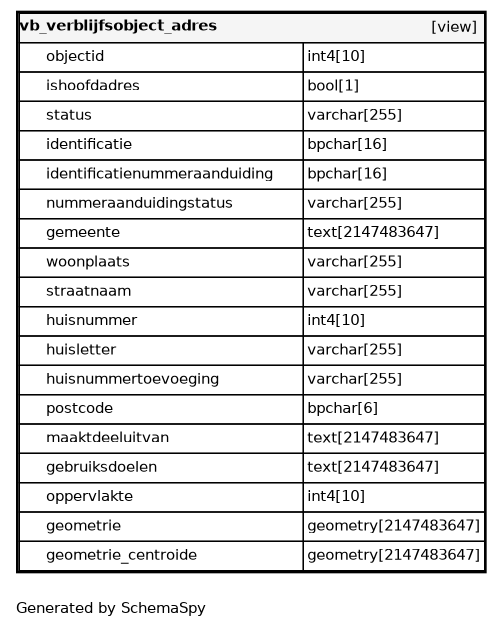
Above: datamodel/schemaspy/bag/diagrams/tables/vb_verblijfsobject_adres.1degree.png in B3Partners/brmo (Graphviz), before the change. Its source is kept beside it as datamodel/schemaspy/bag/diagrams/tables/vb_verblijfsobject_adres.1degree.dot. Source of this version:
```dot
digraph "oneDegreeRelationshipsDiagram" {
  graph [    rankdir="RL"    bgcolor="#ffffff"    label="\nGenerated by SchemaSpy"    labeljust="l"    nodesep="0.18"    ranksep="0.46"    fontname="Helvetica"    fontsize="11"    ration="compress"  ];  node [    fontname="Helvetica"    fontsize="11"    shape="plaintext"  ];  edge [    arrowsize="0.8"  ];
  "vb_verblijfsobject_adres" [
   label=<
    <TABLE BORDER="2" CELLBORDER="1" CELLSPACING="0" BGCOLOR="#ffffff">
      <TR><TD COLSPAN="4"  BGCOLOR="#f5f5f5"><TABLE BORDER="0" CELLSPACING="0"><TR><TD ALIGN="LEFT" FIXEDSIZE="TRUE" WIDTH="143" HEIGHT="16"><B>vb_verblijfsobject_adres</B></TD><TD ALIGN="RIGHT">[view]</TD></TR></TABLE></TD></TR>
      <TR><TD PORT="objectid" COLSPAN="2" ALIGN="LEFT"><TABLE BORDER="0" CELLSPACING="0" ALIGN="LEFT"><TR ALIGN="LEFT"><TD ALIGN="LEFT" FIXEDSIZE="TRUE" WIDTH="15" HEIGHT="16"></TD><TD ALIGN="LEFT" FIXEDSIZE="TRUE" WIDTH="192" HEIGHT="16">objectid</TD></TR></TABLE></TD><TD PORT="objectid.type" ALIGN="LEFT">int4[10]</TD></TR>
      <TR><TD PORT="ishoofdadres" COLSPAN="2" ALIGN="LEFT"><TABLE BORDER="0" CELLSPACING="0" ALIGN="LEFT"><TR ALIGN="LEFT"><TD ALIGN="LEFT" FIXEDSIZE="TRUE" WIDTH="15" HEIGHT="16"></TD><TD ALIGN="LEFT" FIXEDSIZE="TRUE" WIDTH="192" HEIGHT="16">ishoofdadres</TD></TR></TABLE></TD><TD PORT="ishoofdadres.type" ALIGN="LEFT">bool[1]</TD></TR>
      <TR><TD PORT="status" COLSPAN="2" ALIGN="LEFT"><TABLE BORDER="0" CELLSPACING="0" ALIGN="LEFT"><TR ALIGN="LEFT"><TD ALIGN="LEFT" FIXEDSIZE="TRUE" WIDTH="15" HEIGHT="16"></TD><TD ALIGN="LEFT" FIXEDSIZE="TRUE" WIDTH="192" HEIGHT="16">status</TD></TR></TABLE></TD><TD PORT="status.type" ALIGN="LEFT">varchar[255]</TD></TR>
      <TR><TD PORT="identificatie" COLSPAN="2" ALIGN="LEFT"><TABLE BORDER="0" CELLSPACING="0" ALIGN="LEFT"><TR ALIGN="LEFT"><TD ALIGN="LEFT" FIXEDSIZE="TRUE" WIDTH="15" HEIGHT="16"></TD><TD ALIGN="LEFT" FIXEDSIZE="TRUE" WIDTH="192" HEIGHT="16">identificatie</TD></TR></TABLE></TD><TD PORT="identificatie.type" ALIGN="LEFT">bpchar[16]</TD></TR>
      <TR><TD PORT="identificatienummeraanduiding" COLSPAN="2" ALIGN="LEFT"><TABLE BORDER="0" CELLSPACING="0" ALIGN="LEFT"><TR ALIGN="LEFT"><TD ALIGN="LEFT" FIXEDSIZE="TRUE" WIDTH="15" HEIGHT="16"></TD><TD ALIGN="LEFT" FIXEDSIZE="TRUE" WIDTH="192" HEIGHT="16">identificatienummeraanduiding</TD></TR></TABLE></TD><TD PORT="identificatienummeraanduiding.type" ALIGN="LEFT">bpchar[16]</TD></TR>
      <TR><TD PORT="nummeraanduidingstatus" COLSPAN="2" ALIGN="LEFT"><TABLE BORDER="0" CELLSPACING="0" ALIGN="LEFT"><TR ALIGN="LEFT"><TD ALIGN="LEFT" FIXEDSIZE="TRUE" WIDTH="15" HEIGHT="16"></TD><TD ALIGN="LEFT" FIXEDSIZE="TRUE" WIDTH="192" HEIGHT="16">nummeraanduidingstatus</TD></TR></TABLE></TD><TD PORT="nummeraanduidingstatus.type" ALIGN="LEFT">varchar[255]</TD></TR>
      <TR><TD PORT="gemeente" COLSPAN="2" ALIGN="LEFT"><TABLE BORDER="0" CELLSPACING="0" ALIGN="LEFT"><TR ALIGN="LEFT"><TD ALIGN="LEFT" FIXEDSIZE="TRUE" WIDTH="15" HEIGHT="16"></TD><TD ALIGN="LEFT" FIXEDSIZE="TRUE" WIDTH="192" HEIGHT="16">gemeente</TD></TR></TABLE></TD><TD PORT="gemeente.type" ALIGN="LEFT">text[2147483647]</TD></TR>
      <TR><TD PORT="woonplaats" COLSPAN="2" ALIGN="LEFT"><TABLE BORDER="0" CELLSPACING="0" ALIGN="LEFT"><TR ALIGN="LEFT"><TD ALIGN="LEFT" FIXEDSIZE="TRUE" WIDTH="15" HEIGHT="16"></TD><TD ALIGN="LEFT" FIXEDSIZE="TRUE" WIDTH="192" HEIGHT="16">woonplaats</TD></TR></TABLE></TD><TD PORT="woonplaats.type" ALIGN="LEFT">varchar[255]</TD></TR>
      <TR><TD PORT="straatnaam" COLSPAN="2" ALIGN="LEFT"><TABLE BORDER="0" CELLSPACING="0" ALIGN="LEFT"><TR ALIGN="LEFT"><TD ALIGN="LEFT" FIXEDSIZE="TRUE" WIDTH="15" HEIGHT="16"></TD><TD ALIGN="LEFT" FIXEDSIZE="TRUE" WIDTH="192" HEIGHT="16">straatnaam</TD></TR></TABLE></TD><TD PORT="straatnaam.type" ALIGN="LEFT">varchar[255]</TD></TR>
      <TR><TD PORT="huisnummer" COLSPAN="2" ALIGN="LEFT"><TABLE BORDER="0" CELLSPACING="0" ALIGN="LEFT"><TR ALIGN="LEFT"><TD ALIGN="LEFT" FIXEDSIZE="TRUE" WIDTH="15" HEIGHT="16"></TD><TD ALIGN="LEFT" FIXEDSIZE="TRUE" WIDTH="192" HEIGHT="16">huisnummer</TD></TR></TABLE></TD><TD PORT="huisnummer.type" ALIGN="LEFT">int4[10]</TD></TR>
      <TR><TD PORT="huisletter" COLSPAN="2" ALIGN="LEFT"><TABLE BORDER="0" CELLSPACING="0" ALIGN="LEFT"><TR ALIGN="LEFT"><TD ALIGN="LEFT" FIXEDSIZE="TRUE" WIDTH="15" HEIGHT="16"></TD><TD ALIGN="LEFT" FIXEDSIZE="TRUE" WIDTH="192" HEIGHT="16">huisletter</TD></TR></TABLE></TD><TD PORT="huisletter.type" ALIGN="LEFT">varchar[255]</TD></TR>
      <TR><TD PORT="huisnummertoevoeging" COLSPAN="2" ALIGN="LEFT"><TABLE BORDER="0" CELLSPACING="0" ALIGN="LEFT"><TR ALIGN="LEFT"><TD ALIGN="LEFT" FIXEDSIZE="TRUE" WIDTH="15" HEIGHT="16"></TD><TD ALIGN="LEFT" FIXEDSIZE="TRUE" WIDTH="192" HEIGHT="16">huisnummertoevoeging</TD></TR></TABLE></TD><TD PORT="huisnummertoevoeging.type" ALIGN="LEFT">varchar[255]</TD></TR>
      <TR><TD PORT="postcode" COLSPAN="2" ALIGN="LEFT"><TABLE BORDER="0" CELLSPACING="0" ALIGN="LEFT"><TR ALIGN="LEFT"><TD ALIGN="LEFT" FIXEDSIZE="TRUE" WIDTH="15" HEIGHT="16"></TD><TD ALIGN="LEFT" FIXEDSIZE="TRUE" WIDTH="192" HEIGHT="16">postcode</TD></TR></TABLE></TD><TD PORT="postcode.type" ALIGN="LEFT">bpchar[6]</TD></TR>
      <TR><TD PORT="maaktdeeluitvan" COLSPAN="2" ALIGN="LEFT"><TABLE BORDER="0" CELLSPACING="0" ALIGN="LEFT"><TR ALIGN="LEFT"><TD ALIGN="LEFT" FIXEDSIZE="TRUE" WIDTH="15" HEIGHT="16"></TD><TD ALIGN="LEFT" FIXEDSIZE="TRUE" WIDTH="192" HEIGHT="16">maaktdeeluitvan</TD></TR></TABLE></TD><TD PORT="maaktdeeluitvan.type" ALIGN="LEFT">text[2147483647]</TD></TR>
      <TR><TD PORT="gebruiksdoelen" COLSPAN="2" ALIGN="LEFT"><TABLE BORDER="0" CELLSPACING="0" ALIGN="LEFT"><TR ALIGN="LEFT"><TD ALIGN="LEFT" FIXEDSIZE="TRUE" WIDTH="15" HEIGHT="16"></TD><TD ALIGN="LEFT" FIXEDSIZE="TRUE" WIDTH="192" HEIGHT="16">gebruiksdoelen</TD></TR></TABLE></TD><TD PORT="gebruiksdoelen.type" ALIGN="LEFT">text[2147483647]</TD></TR>
      <TR><TD PORT="oppervlakte" COLSPAN="2" ALIGN="LEFT"><TABLE BORDER="0" CELLSPACING="0" ALIGN="LEFT"><TR ALIGN="LEFT"><TD ALIGN="LEFT" FIXEDSIZE="TRUE" WIDTH="15" HEIGHT="16"></TD><TD ALIGN="LEFT" FIXEDSIZE="TRUE" WIDTH="192" HEIGHT="16">oppervlakte</TD></TR></TABLE></TD><TD PORT="oppervlakte.type" ALIGN="LEFT">int4[10]</TD></TR>
      <TR><TD PORT="geometrie" COLSPAN="2" ALIGN="LEFT"><TABLE BORDER="0" CELLSPACING="0" ALIGN="LEFT"><TR ALIGN="LEFT"><TD ALIGN="LEFT" FIXEDSIZE="TRUE" WIDTH="15" HEIGHT="16"></TD><TD ALIGN="LEFT" FIXEDSIZE="TRUE" WIDTH="192" HEIGHT="16">geometrie</TD></TR></TABLE></TD><TD PORT="geometrie.type" ALIGN="LEFT">geometry[2147483647]</TD></TR>
      <TR><TD PORT="geometrie_centroide" COLSPAN="2" ALIGN="LEFT"><TABLE BORDER="0" CELLSPACING="0" ALIGN="LEFT"><TR ALIGN="LEFT"><TD ALIGN="LEFT" FIXEDSIZE="TRUE" WIDTH="15" HEIGHT="16"></TD><TD ALIGN="LEFT" FIXEDSIZE="TRUE" WIDTH="192" HEIGHT="16">geometrie_centroide</TD></TR></TABLE></TD><TD PORT="geometrie_centroide.type" ALIGN="LEFT">geometry[2147483647]</TD></TR>
    </TABLE>>
    URL="vb_verblijfsobject_adres.html"
    target="_top"
    tooltip="vb_verblijfsobject_adres"
  ];
}
```
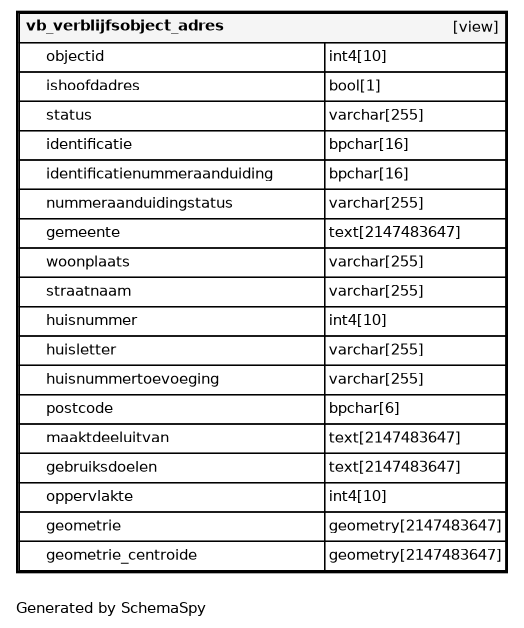
After the commit.

The edit, as a diff of the source:
```diff
@@ -1,27 +1,27 @@
 digraph "oneDegreeRelationshipsDiagram" {
-  graph [    rankdir="RL"    bgcolor="#ffffff"    label="\nGenerated by SchemaSpy"    labeljust="l"    nodesep="0.18"    ranksep="0.46"    fontname="Helvetica"    fontsize="11"    ration="compress"  ];  node [    fontname="Helvetica"    fontsize="11"    shape="plaintext"  ];  edge [    arrowsize="0.8"  ];
+  graph [    rankdir="RL"    bgcolor="#ffffff"    label="\nGenerated by SchemaSpy"    labeljust="l"    nodesep="0.18"    ranksep="0.46"    fontname="Helvetica"    fontsize="11"    packmode="graph"  ];  node [    fontname="Helvetica"    fontsize="11"    shape="plaintext"  ];  edge [    arrowsize="0.8"  ];
   "vb_verblijfsobject_adres" [
    label=<
     <TABLE BORDER="2" CELLBORDER="1" CELLSPACING="0" BGCOLOR="#ffffff">
-      <TR><TD COLSPAN="4"  BGCOLOR="#f5f5f5"><TABLE BORDER="0" CELLSPACING="0"><TR><TD ALIGN="LEFT" FIXEDSIZE="TRUE" WIDTH="143" HEIGHT="16"><B>vb_verblijfsobject_adres</B></TD><TD ALIGN="RIGHT">[view]</TD></TR></TABLE></TD></TR>
-      <TR><TD PORT="objectid" COLSPAN="2" ALIGN="LEFT"><TABLE BORDER="0" CELLSPACING="0" ALIGN="LEFT"><TR ALIGN="LEFT"><TD ALIGN="LEFT" FIXEDSIZE="TRUE" WIDTH="15" HEIGHT="16"></TD><TD ALIGN="LEFT" FIXEDSIZE="TRUE" WIDTH="192" HEIGHT="16">objectid</TD></TR></TABLE></TD><TD PORT="objectid.type" ALIGN="LEFT">int4[10]</TD></TR>
-      <TR><TD PORT="ishoofdadres" COLSPAN="2" ALIGN="LEFT"><TABLE BORDER="0" CELLSPACING="0" ALIGN="LEFT"><TR ALIGN="LEFT"><TD ALIGN="LEFT" FIXEDSIZE="TRUE" WIDTH="15" HEIGHT="16"></TD><TD ALIGN="LEFT" FIXEDSIZE="TRUE" WIDTH="192" HEIGHT="16">ishoofdadres</TD></TR></TABLE></TD><TD PORT="ishoofdadres.type" ALIGN="LEFT">bool[1]</TD></TR>
-      <TR><TD PORT="status" COLSPAN="2" ALIGN="LEFT"><TABLE BORDER="0" CELLSPACING="0" ALIGN="LEFT"><TR ALIGN="LEFT"><TD ALIGN="LEFT" FIXEDSIZE="TRUE" WIDTH="15" HEIGHT="16"></TD><TD ALIGN="LEFT" FIXEDSIZE="TRUE" WIDTH="192" HEIGHT="16">status</TD></TR></TABLE></TD><TD PORT="status.type" ALIGN="LEFT">varchar[255]</TD></TR>
-      <TR><TD PORT="identificatie" COLSPAN="2" ALIGN="LEFT"><TABLE BORDER="0" CELLSPACING="0" ALIGN="LEFT"><TR ALIGN="LEFT"><TD ALIGN="LEFT" FIXEDSIZE="TRUE" WIDTH="15" HEIGHT="16"></TD><TD ALIGN="LEFT" FIXEDSIZE="TRUE" WIDTH="192" HEIGHT="16">identificatie</TD></TR></TABLE></TD><TD PORT="identificatie.type" ALIGN="LEFT">bpchar[16]</TD></TR>
-      <TR><TD PORT="identificatienummeraanduiding" COLSPAN="2" ALIGN="LEFT"><TABLE BORDER="0" CELLSPACING="0" ALIGN="LEFT"><TR ALIGN="LEFT"><TD ALIGN="LEFT" FIXEDSIZE="TRUE" WIDTH="15" HEIGHT="16"></TD><TD ALIGN="LEFT" FIXEDSIZE="TRUE" WIDTH="192" HEIGHT="16">identificatienummeraanduiding</TD></TR></TABLE></TD><TD PORT="identificatienummeraanduiding.type" ALIGN="LEFT">bpchar[16]</TD></TR>
-      <TR><TD PORT="nummeraanduidingstatus" COLSPAN="2" ALIGN="LEFT"><TABLE BORDER="0" CELLSPACING="0" ALIGN="LEFT"><TR ALIGN="LEFT"><TD ALIGN="LEFT" FIXEDSIZE="TRUE" WIDTH="15" HEIGHT="16"></TD><TD ALIGN="LEFT" FIXEDSIZE="TRUE" WIDTH="192" HEIGHT="16">nummeraanduidingstatus</TD></TR></TABLE></TD><TD PORT="nummeraanduidingstatus.type" ALIGN="LEFT">varchar[255]</TD></TR>
-      <TR><TD PORT="gemeente" COLSPAN="2" ALIGN="LEFT"><TABLE BORDER="0" CELLSPACING="0" ALIGN="LEFT"><TR ALIGN="LEFT"><TD ALIGN="LEFT" FIXEDSIZE="TRUE" WIDTH="15" HEIGHT="16"></TD><TD ALIGN="LEFT" FIXEDSIZE="TRUE" WIDTH="192" HEIGHT="16">gemeente</TD></TR></TABLE></TD><TD PORT="gemeente.type" ALIGN="LEFT">text[2147483647]</TD></TR>
-      <TR><TD PORT="woonplaats" COLSPAN="2" ALIGN="LEFT"><TABLE BORDER="0" CELLSPACING="0" ALIGN="LEFT"><TR ALIGN="LEFT"><TD ALIGN="LEFT" FIXEDSIZE="TRUE" WIDTH="15" HEIGHT="16"></TD><TD ALIGN="LEFT" FIXEDSIZE="TRUE" WIDTH="192" HEIGHT="16">woonplaats</TD></TR></TABLE></TD><TD PORT="woonplaats.type" ALIGN="LEFT">varchar[255]</TD></TR>
-      <TR><TD PORT="straatnaam" COLSPAN="2" ALIGN="LEFT"><TABLE BORDER="0" CELLSPACING="0" ALIGN="LEFT"><TR ALIGN="LEFT"><TD ALIGN="LEFT" FIXEDSIZE="TRUE" WIDTH="15" HEIGHT="16"></TD><TD ALIGN="LEFT" FIXEDSIZE="TRUE" WIDTH="192" HEIGHT="16">straatnaam</TD></TR></TABLE></TD><TD PORT="straatnaam.type" ALIGN="LEFT">varchar[255]</TD></TR>
-      <TR><TD PORT="huisnummer" COLSPAN="2" ALIGN="LEFT"><TABLE BORDER="0" CELLSPACING="0" ALIGN="LEFT"><TR ALIGN="LEFT"><TD ALIGN="LEFT" FIXEDSIZE="TRUE" WIDTH="15" HEIGHT="16"></TD><TD ALIGN="LEFT" FIXEDSIZE="TRUE" WIDTH="192" HEIGHT="16">huisnummer</TD></TR></TABLE></TD><TD PORT="huisnummer.type" ALIGN="LEFT">int4[10]</TD></TR>
-      <TR><TD PORT="huisletter" COLSPAN="2" ALIGN="LEFT"><TABLE BORDER="0" CELLSPACING="0" ALIGN="LEFT"><TR ALIGN="LEFT"><TD ALIGN="LEFT" FIXEDSIZE="TRUE" WIDTH="15" HEIGHT="16"></TD><TD ALIGN="LEFT" FIXEDSIZE="TRUE" WIDTH="192" HEIGHT="16">huisletter</TD></TR></TABLE></TD><TD PORT="huisletter.type" ALIGN="LEFT">varchar[255]</TD></TR>
-      <TR><TD PORT="huisnummertoevoeging" COLSPAN="2" ALIGN="LEFT"><TABLE BORDER="0" CELLSPACING="0" ALIGN="LEFT"><TR ALIGN="LEFT"><TD ALIGN="LEFT" FIXEDSIZE="TRUE" WIDTH="15" HEIGHT="16"></TD><TD ALIGN="LEFT" FIXEDSIZE="TRUE" WIDTH="192" HEIGHT="16">huisnummertoevoeging</TD></TR></TABLE></TD><TD PORT="huisnummertoevoeging.type" ALIGN="LEFT">varchar[255]</TD></TR>
-      <TR><TD PORT="postcode" COLSPAN="2" ALIGN="LEFT"><TABLE BORDER="0" CELLSPACING="0" ALIGN="LEFT"><TR ALIGN="LEFT"><TD ALIGN="LEFT" FIXEDSIZE="TRUE" WIDTH="15" HEIGHT="16"></TD><TD ALIGN="LEFT" FIXEDSIZE="TRUE" WIDTH="192" HEIGHT="16">postcode</TD></TR></TABLE></TD><TD PORT="postcode.type" ALIGN="LEFT">bpchar[6]</TD></TR>
-      <TR><TD PORT="maaktdeeluitvan" COLSPAN="2" ALIGN="LEFT"><TABLE BORDER="0" CELLSPACING="0" ALIGN="LEFT"><TR ALIGN="LEFT"><TD ALIGN="LEFT" FIXEDSIZE="TRUE" WIDTH="15" HEIGHT="16"></TD><TD ALIGN="LEFT" FIXEDSIZE="TRUE" WIDTH="192" HEIGHT="16">maaktdeeluitvan</TD></TR></TABLE></TD><TD PORT="maaktdeeluitvan.type" ALIGN="LEFT">text[2147483647]</TD></TR>
-      <TR><TD PORT="gebruiksdoelen" COLSPAN="2" ALIGN="LEFT"><TABLE BORDER="0" CELLSPACING="0" ALIGN="LEFT"><TR ALIGN="LEFT"><TD ALIGN="LEFT" FIXEDSIZE="TRUE" WIDTH="15" HEIGHT="16"></TD><TD ALIGN="LEFT" FIXEDSIZE="TRUE" WIDTH="192" HEIGHT="16">gebruiksdoelen</TD></TR></TABLE></TD><TD PORT="gebruiksdoelen.type" ALIGN="LEFT">text[2147483647]</TD></TR>
-      <TR><TD PORT="oppervlakte" COLSPAN="2" ALIGN="LEFT"><TABLE BORDER="0" CELLSPACING="0" ALIGN="LEFT"><TR ALIGN="LEFT"><TD ALIGN="LEFT" FIXEDSIZE="TRUE" WIDTH="15" HEIGHT="16"></TD><TD ALIGN="LEFT" FIXEDSIZE="TRUE" WIDTH="192" HEIGHT="16">oppervlakte</TD></TR></TABLE></TD><TD PORT="oppervlakte.type" ALIGN="LEFT">int4[10]</TD></TR>
-      <TR><TD PORT="geometrie" COLSPAN="2" ALIGN="LEFT"><TABLE BORDER="0" CELLSPACING="0" ALIGN="LEFT"><TR ALIGN="LEFT"><TD ALIGN="LEFT" FIXEDSIZE="TRUE" WIDTH="15" HEIGHT="16"></TD><TD ALIGN="LEFT" FIXEDSIZE="TRUE" WIDTH="192" HEIGHT="16">geometrie</TD></TR></TABLE></TD><TD PORT="geometrie.type" ALIGN="LEFT">geometry[2147483647]</TD></TR>
-      <TR><TD PORT="geometrie_centroide" COLSPAN="2" ALIGN="LEFT"><TABLE BORDER="0" CELLSPACING="0" ALIGN="LEFT"><TR ALIGN="LEFT"><TD ALIGN="LEFT" FIXEDSIZE="TRUE" WIDTH="15" HEIGHT="16"></TD><TD ALIGN="LEFT" FIXEDSIZE="TRUE" WIDTH="192" HEIGHT="16">geometrie_centroide</TD></TR></TABLE></TD><TD PORT="geometrie_centroide.type" ALIGN="LEFT">geometry[2147483647]</TD></TR>
+      <TR><TD COLSPAN="4"  BGCOLOR="#f5f5f5"><TABLE BORDER="0" CELLSPACING="0"><TR><TD ALIGN="LEFT" FIXEDSIZE="TRUE" WIDTH="155" HEIGHT="16"><B>vb_verblijfsobject_adres</B></TD><TD ALIGN="RIGHT">[view]</TD></TR></TABLE></TD></TR>
+      <TR><TD PORT="objectid" COLSPAN="2" ALIGN="LEFT"><TABLE BORDER="0" CELLSPACING="0" ALIGN="LEFT"><TR ALIGN="LEFT"><TD ALIGN="LEFT" FIXEDSIZE="TRUE" WIDTH="15" HEIGHT="16"></TD><TD ALIGN="LEFT" FIXEDSIZE="TRUE" WIDTH="208" HEIGHT="16">objectid</TD></TR></TABLE></TD><TD PORT="objectid.type" ALIGN="LEFT">int4[10]</TD></TR>
+      <TR><TD PORT="ishoofdadres" COLSPAN="2" ALIGN="LEFT"><TABLE BORDER="0" CELLSPACING="0" ALIGN="LEFT"><TR ALIGN="LEFT"><TD ALIGN="LEFT" FIXEDSIZE="TRUE" WIDTH="15" HEIGHT="16"></TD><TD ALIGN="LEFT" FIXEDSIZE="TRUE" WIDTH="208" HEIGHT="16">ishoofdadres</TD></TR></TABLE></TD><TD PORT="ishoofdadres.type" ALIGN="LEFT">bool[1]</TD></TR>
+      <TR><TD PORT="status" COLSPAN="2" ALIGN="LEFT"><TABLE BORDER="0" CELLSPACING="0" ALIGN="LEFT"><TR ALIGN="LEFT"><TD ALIGN="LEFT" FIXEDSIZE="TRUE" WIDTH="15" HEIGHT="16"></TD><TD ALIGN="LEFT" FIXEDSIZE="TRUE" WIDTH="208" HEIGHT="16">status</TD></TR></TABLE></TD><TD PORT="status.type" ALIGN="LEFT">varchar[255]</TD></TR>
+      <TR><TD PORT="identificatie" COLSPAN="2" ALIGN="LEFT"><TABLE BORDER="0" CELLSPACING="0" ALIGN="LEFT"><TR ALIGN="LEFT"><TD ALIGN="LEFT" FIXEDSIZE="TRUE" WIDTH="15" HEIGHT="16"></TD><TD ALIGN="LEFT" FIXEDSIZE="TRUE" WIDTH="208" HEIGHT="16">identificatie</TD></TR></TABLE></TD><TD PORT="identificatie.type" ALIGN="LEFT">bpchar[16]</TD></TR>
+      <TR><TD PORT="identificatienummeraanduiding" COLSPAN="2" ALIGN="LEFT"><TABLE BORDER="0" CELLSPACING="0" ALIGN="LEFT"><TR ALIGN="LEFT"><TD ALIGN="LEFT" FIXEDSIZE="TRUE" WIDTH="15" HEIGHT="16"></TD><TD ALIGN="LEFT" FIXEDSIZE="TRUE" WIDTH="208" HEIGHT="16">identificatienummeraanduiding</TD></TR></TABLE></TD><TD PORT="identificatienummeraanduiding.type" ALIGN="LEFT">bpchar[16]</TD></TR>
+      <TR><TD PORT="nummeraanduidingstatus" COLSPAN="2" ALIGN="LEFT"><TABLE BORDER="0" CELLSPACING="0" ALIGN="LEFT"><TR ALIGN="LEFT"><TD ALIGN="LEFT" FIXEDSIZE="TRUE" WIDTH="15" HEIGHT="16"></TD><TD ALIGN="LEFT" FIXEDSIZE="TRUE" WIDTH="208" HEIGHT="16">nummeraanduidingstatus</TD></TR></TABLE></TD><TD PORT="nummeraanduidingstatus.type" ALIGN="LEFT">varchar[255]</TD></TR>
+      <TR><TD PORT="gemeente" COLSPAN="2" ALIGN="LEFT"><TABLE BORDER="0" CELLSPACING="0" ALIGN="LEFT"><TR ALIGN="LEFT"><TD ALIGN="LEFT" FIXEDSIZE="TRUE" WIDTH="15" HEIGHT="16"></TD><TD ALIGN="LEFT" FIXEDSIZE="TRUE" WIDTH="208" HEIGHT="16">gemeente</TD></TR></TABLE></TD><TD PORT="gemeente.type" ALIGN="LEFT">text[2147483647]</TD></TR>
+      <TR><TD PORT="woonplaats" COLSPAN="2" ALIGN="LEFT"><TABLE BORDER="0" CELLSPACING="0" ALIGN="LEFT"><TR ALIGN="LEFT"><TD ALIGN="LEFT" FIXEDSIZE="TRUE" WIDTH="15" HEIGHT="16"></TD><TD ALIGN="LEFT" FIXEDSIZE="TRUE" WIDTH="208" HEIGHT="16">woonplaats</TD></TR></TABLE></TD><TD PORT="woonplaats.type" ALIGN="LEFT">varchar[255]</TD></TR>
+      <TR><TD PORT="straatnaam" COLSPAN="2" ALIGN="LEFT"><TABLE BORDER="0" CELLSPACING="0" ALIGN="LEFT"><TR ALIGN="LEFT"><TD ALIGN="LEFT" FIXEDSIZE="TRUE" WIDTH="15" HEIGHT="16"></TD><TD ALIGN="LEFT" FIXEDSIZE="TRUE" WIDTH="208" HEIGHT="16">straatnaam</TD></TR></TABLE></TD><TD PORT="straatnaam.type" ALIGN="LEFT">varchar[255]</TD></TR>
+      <TR><TD PORT="huisnummer" COLSPAN="2" ALIGN="LEFT"><TABLE BORDER="0" CELLSPACING="0" ALIGN="LEFT"><TR ALIGN="LEFT"><TD ALIGN="LEFT" FIXEDSIZE="TRUE" WIDTH="15" HEIGHT="16"></TD><TD ALIGN="LEFT" FIXEDSIZE="TRUE" WIDTH="208" HEIGHT="16">huisnummer</TD></TR></TABLE></TD><TD PORT="huisnummer.type" ALIGN="LEFT">int4[10]</TD></TR>
+      <TR><TD PORT="huisletter" COLSPAN="2" ALIGN="LEFT"><TABLE BORDER="0" CELLSPACING="0" ALIGN="LEFT"><TR ALIGN="LEFT"><TD ALIGN="LEFT" FIXEDSIZE="TRUE" WIDTH="15" HEIGHT="16"></TD><TD ALIGN="LEFT" FIXEDSIZE="TRUE" WIDTH="208" HEIGHT="16">huisletter</TD></TR></TABLE></TD><TD PORT="huisletter.type" ALIGN="LEFT">varchar[255]</TD></TR>
+      <TR><TD PORT="huisnummertoevoeging" COLSPAN="2" ALIGN="LEFT"><TABLE BORDER="0" CELLSPACING="0" ALIGN="LEFT"><TR ALIGN="LEFT"><TD ALIGN="LEFT" FIXEDSIZE="TRUE" WIDTH="15" HEIGHT="16"></TD><TD ALIGN="LEFT" FIXEDSIZE="TRUE" WIDTH="208" HEIGHT="16">huisnummertoevoeging</TD></TR></TABLE></TD><TD PORT="huisnummertoevoeging.type" ALIGN="LEFT">varchar[255]</TD></TR>
+      <TR><TD PORT="postcode" COLSPAN="2" ALIGN="LEFT"><TABLE BORDER="0" CELLSPACING="0" ALIGN="LEFT"><TR ALIGN="LEFT"><TD ALIGN="LEFT" FIXEDSIZE="TRUE" WIDTH="15" HEIGHT="16"></TD><TD ALIGN="LEFT" FIXEDSIZE="TRUE" WIDTH="208" HEIGHT="16">postcode</TD></TR></TABLE></TD><TD PORT="postcode.type" ALIGN="LEFT">bpchar[6]</TD></TR>
+      <TR><TD PORT="maaktdeeluitvan" COLSPAN="2" ALIGN="LEFT"><TABLE BORDER="0" CELLSPACING="0" ALIGN="LEFT"><TR ALIGN="LEFT"><TD ALIGN="LEFT" FIXEDSIZE="TRUE" WIDTH="15" HEIGHT="16"></TD><TD ALIGN="LEFT" FIXEDSIZE="TRUE" WIDTH="208" HEIGHT="16">maaktdeeluitvan</TD></TR></TABLE></TD><TD PORT="maaktdeeluitvan.type" ALIGN="LEFT">text[2147483647]</TD></TR>
+      <TR><TD PORT="gebruiksdoelen" COLSPAN="2" ALIGN="LEFT"><TABLE BORDER="0" CELLSPACING="0" ALIGN="LEFT"><TR ALIGN="LEFT"><TD ALIGN="LEFT" FIXEDSIZE="TRUE" WIDTH="15" HEIGHT="16"></TD><TD ALIGN="LEFT" FIXEDSIZE="TRUE" WIDTH="208" HEIGHT="16">gebruiksdoelen</TD></TR></TABLE></TD><TD PORT="gebruiksdoelen.type" ALIGN="LEFT">text[2147483647]</TD></TR>
+      <TR><TD PORT="oppervlakte" COLSPAN="2" ALIGN="LEFT"><TABLE BORDER="0" CELLSPACING="0" ALIGN="LEFT"><TR ALIGN="LEFT"><TD ALIGN="LEFT" FIXEDSIZE="TRUE" WIDTH="15" HEIGHT="16"></TD><TD ALIGN="LEFT" FIXEDSIZE="TRUE" WIDTH="208" HEIGHT="16">oppervlakte</TD></TR></TABLE></TD><TD PORT="oppervlakte.type" ALIGN="LEFT">int4[10]</TD></TR>
+      <TR><TD PORT="geometrie" COLSPAN="2" ALIGN="LEFT"><TABLE BORDER="0" CELLSPACING="0" ALIGN="LEFT"><TR ALIGN="LEFT"><TD ALIGN="LEFT" FIXEDSIZE="TRUE" WIDTH="15" HEIGHT="16"></TD><TD ALIGN="LEFT" FIXEDSIZE="TRUE" WIDTH="208" HEIGHT="16">geometrie</TD></TR></TABLE></TD><TD PORT="geometrie.type" ALIGN="LEFT">geometry[2147483647]</TD></TR>
+      <TR><TD PORT="geometrie_centroide" COLSPAN="2" ALIGN="LEFT"><TABLE BORDER="0" CELLSPACING="0" ALIGN="LEFT"><TR ALIGN="LEFT"><TD ALIGN="LEFT" FIXEDSIZE="TRUE" WIDTH="15" HEIGHT="16"></TD><TD ALIGN="LEFT" FIXEDSIZE="TRUE" WIDTH="208" HEIGHT="16">geometrie_centroide</TD></TR></TABLE></TD><TD PORT="geometrie_centroide.type" ALIGN="LEFT">geometry[2147483647]</TD></TR>
     </TABLE>>
     URL="vb_verblijfsobject_adres.html"
     target="_top"
```
